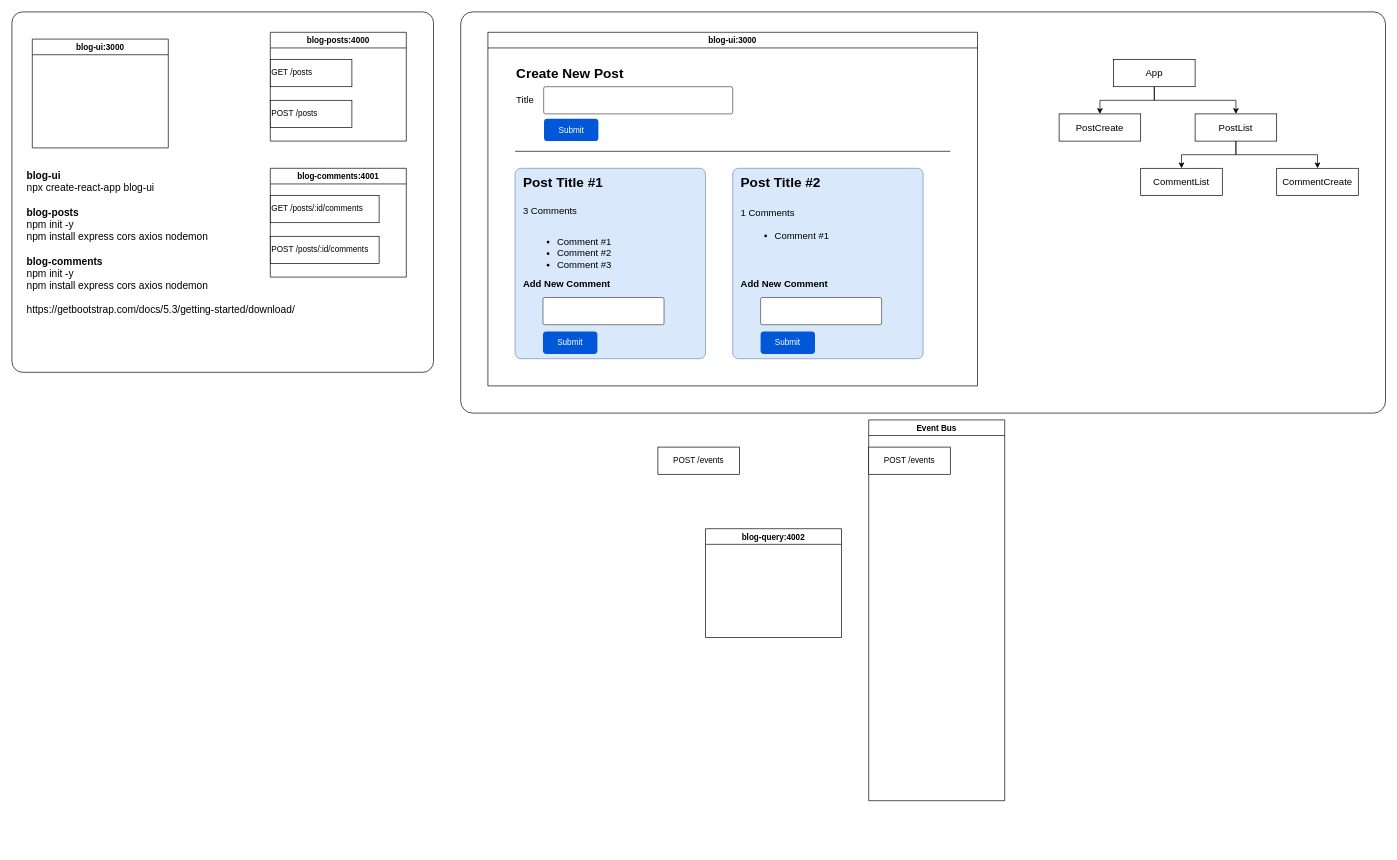
vidhirkaup/diagrams keeps this draw.io diagram as microservices.drawio. Above is the earlier version. Source tidied: cells renumbered, new cells numbered last; positions are measured from the earlier drawing's top-left corner, leaving out a move shared by most shapes. Both pictures are drawn from the tidied source at 68%, with x=0, y=0 at pixel (12, 12).
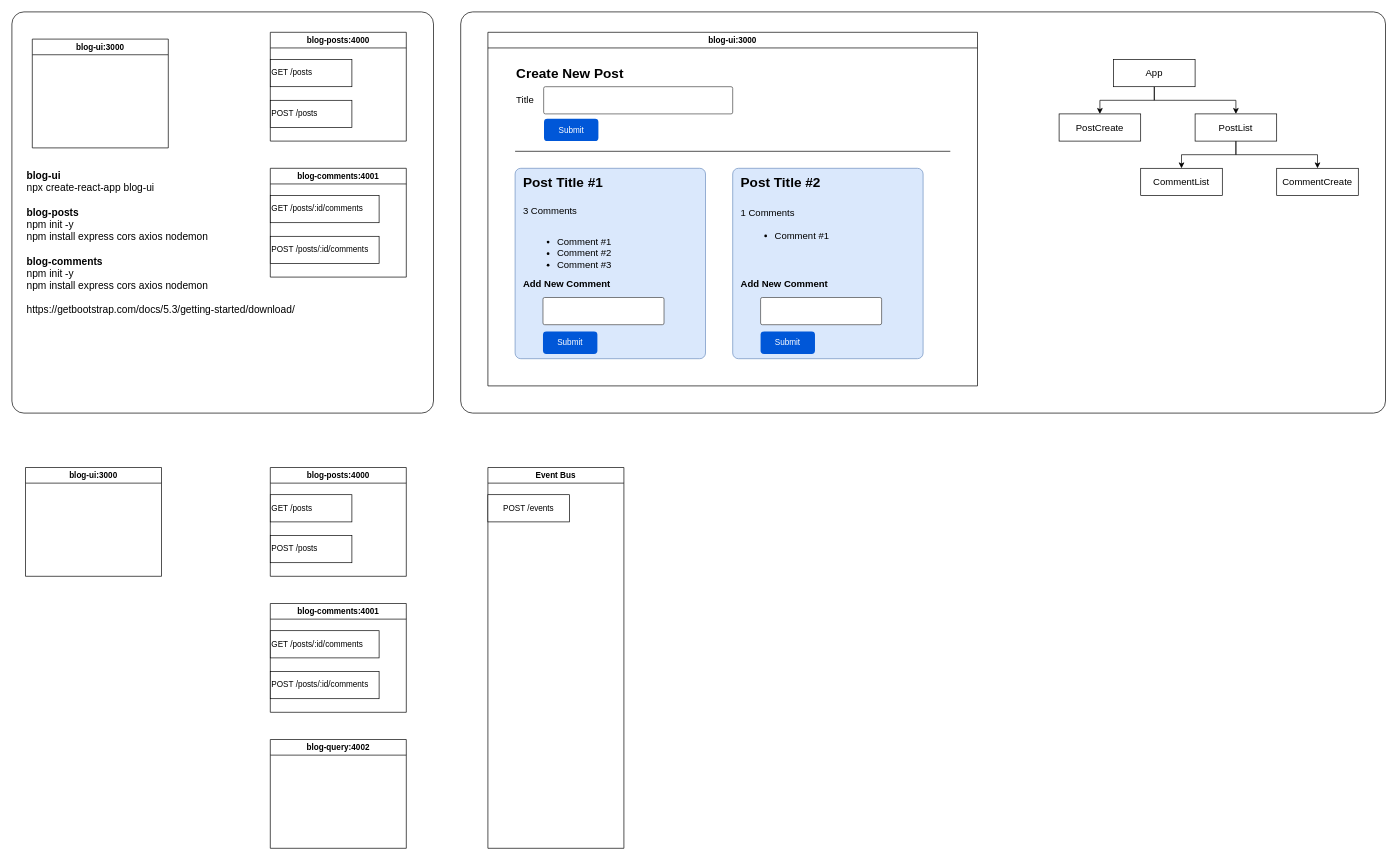
After the change.

Change to the diagram source:
```diff
@@
     <mxCell id="2" style="rounded=1;whiteSpace=wrap;html=1;arcSize=3;gradientColor=default;fillColor=none;" parent="1" vertex="1">
-      <mxGeometry width="620" height="530" as="geometry" />
+      <mxGeometry width="620" height="590" as="geometry" />
     </mxCell>
@@
     <mxCell id="7" value="blog-query:4002" style="swimlane;" parent="1" vertex="1">
-      <mxGeometry x="1020" y="760" width="200" height="160" as="geometry" />
+      <mxGeometry x="380" y="1070" width="200" height="160" as="geometry" />
     </mxCell>
     <mxCell id="8" value="Event Bus" style="swimlane;" parent="1" vertex="1">
-      <mxGeometry x="1260" y="600" width="200" height="560" as="geometry" />
+      <mxGeometry x="700" y="670" width="200" height="560" as="geometry" />
     </mxCell>
@@
-    <mxCell id="10" value="POST /events" style="rounded=0;whiteSpace=wrap;html=1;" parent="1" vertex="1">
-      <mxGeometry x="950" y="640" width="120" height="40" as="geometry" />
-    </mxCell>
@@
+    <mxCell id="46" value="blog-posts:4000" style="swimlane;" parent="1" vertex="1">
+      <mxGeometry x="380" y="670" width="200" height="160" as="geometry" />
+    </mxCell>
+    <mxCell id="47" value="GET /posts" style="rounded=0;whiteSpace=wrap;html=1;align=left;" parent="46" vertex="1">
+      <mxGeometry y="40" width="120" height="40" as="geometry" />
+    </mxCell>
+    <mxCell id="48" value="POST /posts" style="rounded=0;whiteSpace=wrap;html=1;align=left;" parent="46" vertex="1">
+      <mxGeometry y="100" width="120" height="40" as="geometry" />
+    </mxCell>
+    <mxCell id="49" value="blog-comments:4001" style="swimlane;" parent="1" vertex="1">
+      <mxGeometry x="380" y="870" width="200" height="160" as="geometry" />
+    </mxCell>
+    <mxCell id="50" value="GET /posts/:id/comments" style="rounded=0;whiteSpace=wrap;html=1;align=left;" parent="1" vertex="1">
+      <mxGeometry x="380" y="910" width="160" height="40" as="geometry" />
+    </mxCell>
+    <mxCell id="51" value="POST /posts/:id/comments" style="rounded=0;whiteSpace=wrap;html=1;align=left;" parent="1" vertex="1">
+      <mxGeometry x="380" y="970" width="160" height="40" as="geometry" />
+    </mxCell>
+    <mxCell id="52" value="blog-ui:3000" style="swimlane;startSize=23;" parent="1" vertex="1">
+      <mxGeometry x="20" y="670" width="200" height="160" as="geometry" />
+    </mxCell>
```
